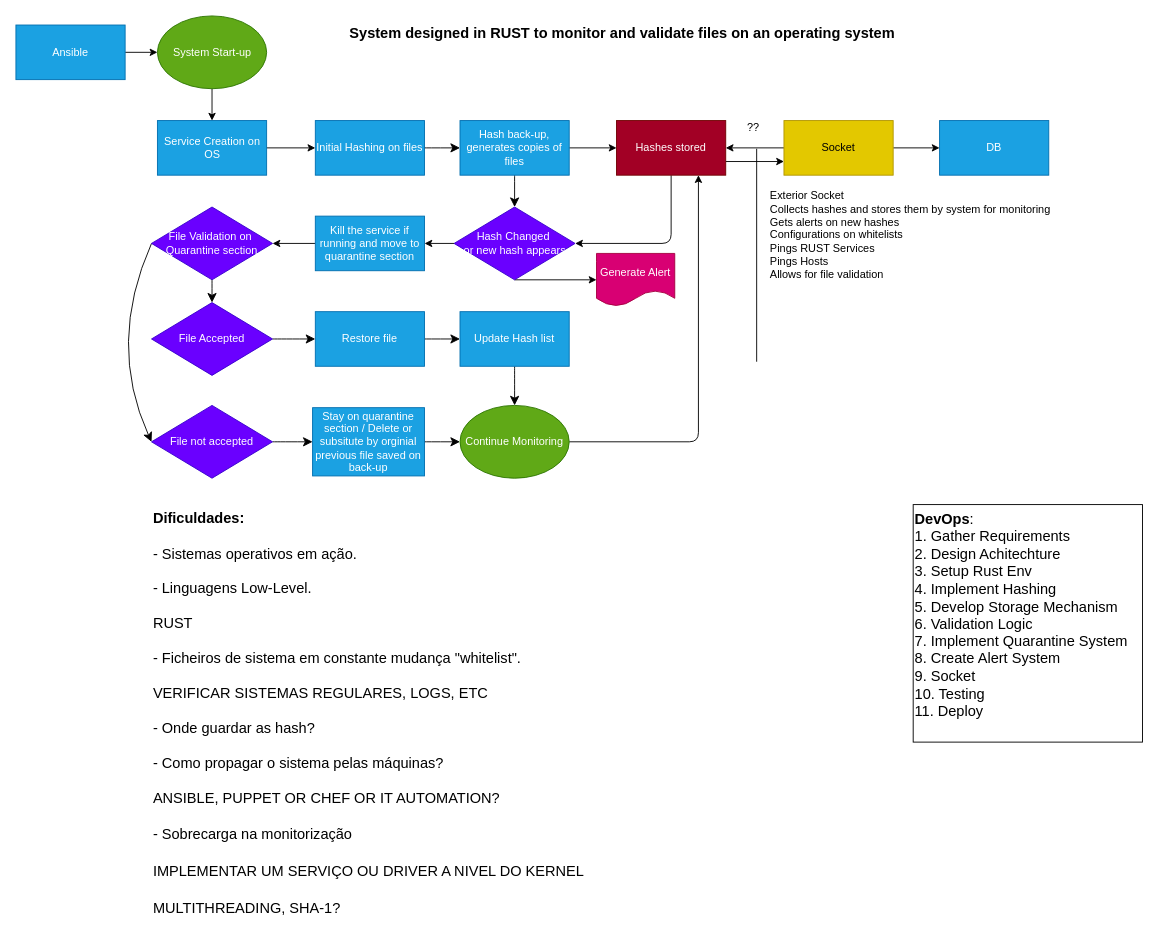
This is planeamento/Untitled Diagram.drawio from mickeyhousee/LOCK, a draw.io file, before an edit. Source tidied: cells renumbered, new cells numbered last; positions are measured from the earlier drawing's top-left corner, leaving out a move shared by most shapes. Both pictures are drawn from the tidied source at 91%, with x=0, y=0 at pixel (15, 15).
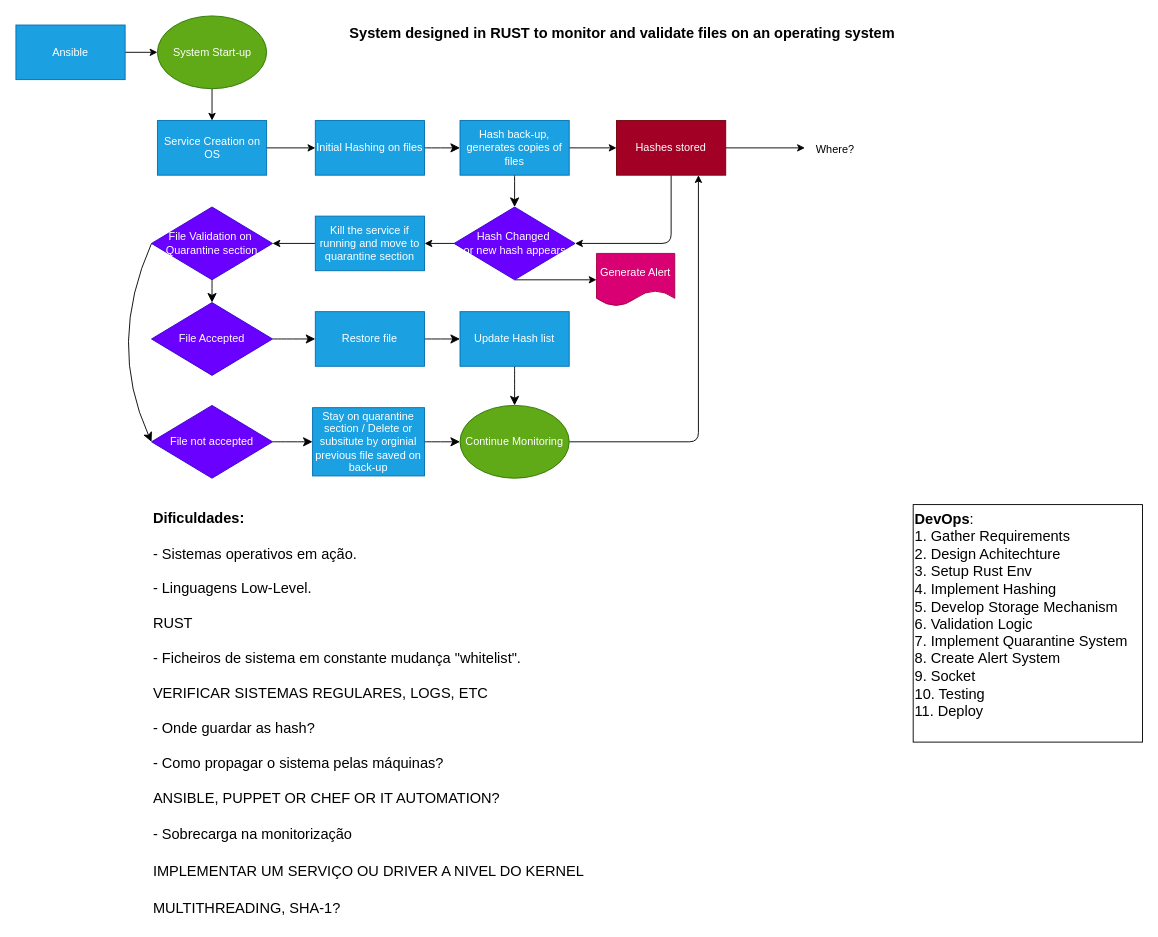
The same diagram, later.

Unchanged cells that the change refers to:
```xml
<mxCell id="31" value="Hashes stored" style="rounded=0;whiteSpace=wrap;html=1;fillColor=#a20025;fontColor=#ffffff;strokeColor=#6F0000;" parent="1" vertex="1">
  <mxGeometry x="660" y="115" width="120" height="60" as="geometry" />
</mxCell>
```

The edit, as a diff of the source:
```diff
@@
-    <mxCell id="30" style="edgeStyle=none;html=1;exitX=1;exitY=0.75;exitDx=0;exitDy=0;entryX=0;entryY=0.75;entryDx=0;entryDy=0;" parent="1" edge="1" source="31" target="34">
-      <mxGeometry relative="1" as="geometry" />
-    </mxCell>
+    <mxCell id="48" style="edgeStyle=none;html=1;exitX=1;exitY=0.5;exitDx=0;exitDy=0;" parent="1" edge="1" source="31">
+      <mxGeometry relative="1" as="geometry">
+        <mxPoint x="867" y="145" as="targetPoint" />
+      </mxGeometry>
+    </mxCell>
@@
-    <mxCell id="32" style="edgeStyle=none;html=1;entryX=1;entryY=0.5;entryDx=0;entryDy=0;" parent="1" edge="1" source="34" target="31">
-      <mxGeometry relative="1" as="geometry" />
-    </mxCell>
-    <mxCell id="33" style="edgeStyle=none;html=1;exitX=1;exitY=0.5;exitDx=0;exitDy=0;entryX=0;entryY=0.5;entryDx=0;entryDy=0;" parent="1" edge="1" source="34" target="42">
-      <mxGeometry relative="1" as="geometry" />
-    </mxCell>
-    <mxCell id="34" value="Socket" style="rounded=0;whiteSpace=wrap;html=1;fillColor=#e3c800;fontColor=#000000;strokeColor=#B09500;" parent="1" vertex="1">
-      <mxGeometry x="844" y="115" width="120" height="60" as="geometry" />
-    </mxCell>
-    <mxCell id="35" style="endArrow=none;html=1;" parent="1" edge="1">
-      <mxGeometry relative="1" as="geometry">
-        <mxPoint x="814" y="380" as="sourcePoint" />
-        <mxPoint x="814" y="146" as="targetPoint" />
-      </mxGeometry>
-    </mxCell>
-    <mxCell id="36" value="Exterior Socket&lt;br&gt;Collects hashes and stores them by system for monitoring&lt;br&gt;Gets alerts on new hashes&lt;br&gt;Configurations on whitelists&lt;br&gt;Pings RUST Services&lt;br&gt;Pings Hosts&lt;br&gt;Allows for file validation" style="text;html=1;align=left;verticalAlign=middle;strokeColor=none;fillColor=none;" parent="1" vertex="1">
-      <mxGeometry x="827" y="184" width="326" height="113" as="geometry" />
-    </mxCell>
@@
-    <mxCell id="42" value="DB" style="rounded=0;whiteSpace=wrap;html=1;fillColor=#1ba1e2;fontColor=#ffffff;strokeColor=#006EAF;" parent="1" vertex="1">
-      <mxGeometry x="1015" y="115" width="120" height="60" as="geometry" />
-    </mxCell>
-    <mxCell id="43" value="??" style="text;html=1;align=center;verticalAlign=middle;strokeColor=none;fillColor=none;" parent="1" vertex="1">
-      <mxGeometry x="794" y="110" width="31" height="26" as="geometry" />
-    </mxCell>
@@
+    <mxCell id="49" value="Where?" style="text;html=1;align=center;verticalAlign=middle;strokeColor=none;fillColor=none;" parent="1" vertex="1">
+      <mxGeometry x="870" y="134" width="60" height="26" as="geometry" />
+    </mxCell>
```
